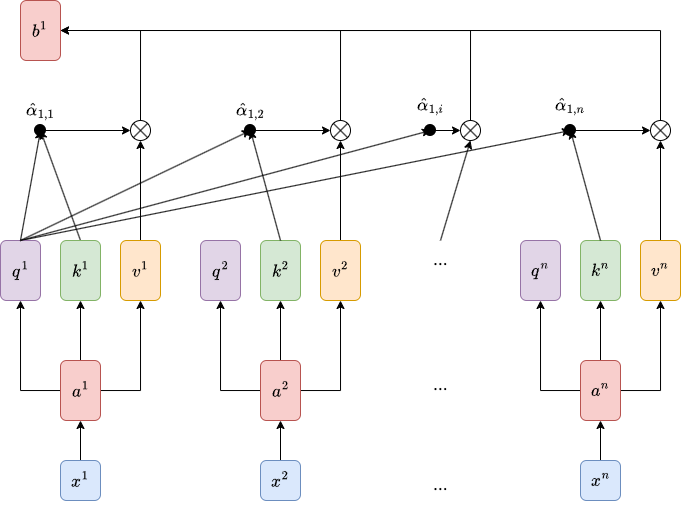
This is attention.png from Joieee030/draw-io-out, a draw.io export, as it was before one commit. Source tidied: cells renumbered, new cells last; positions are measured from the earlier drawing's top-left corner, leaving out a move shared by most shapes.
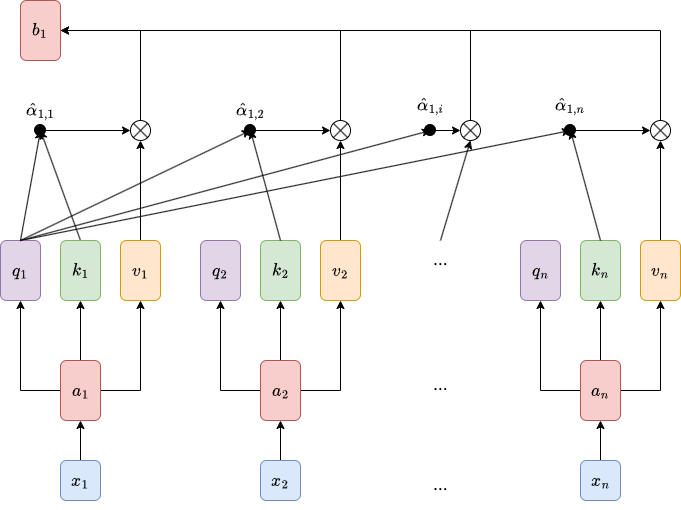
Above is the later version.

What changed in the source:
```diff
@@ -5,19 +5,19 @@
     <mxCell id="2" style="edgeStyle=orthogonalEdgeStyle;rounded=0;jettySize=auto;html=1;entryX=0.5;entryY=1;entryDx=0;entryDy=0;fontSize=15;" parent="1" edge="1" source="3" target="11">
       <mxGeometry relative="1" as="geometry" />
     </mxCell>
-    <mxCell id="3" value="&lt;font&gt;$$x^1$$&lt;/font&gt;" style="rounded=1;whiteSpace=wrap;html=1;fillColor=#dae8fc;strokeColor=#6c8ebf;fontSize=15;" parent="1" vertex="1">
+    <mxCell id="3" value="&lt;font&gt;$$x_1$$&lt;/font&gt;" style="rounded=1;whiteSpace=wrap;html=1;fillColor=#dae8fc;strokeColor=#6c8ebf;fontSize=15;" parent="1" vertex="1">
       <mxGeometry x="60" y="460" width="40" height="40" as="geometry" />
     </mxCell>
     <mxCell id="4" style="edgeStyle=orthogonalEdgeStyle;rounded=0;jettySize=auto;html=1;entryX=0.5;entryY=1;entryDx=0;entryDy=0;fontSize=15;" parent="1" edge="1" source="5" target="15">
       <mxGeometry relative="1" as="geometry" />
     </mxCell>
-    <mxCell id="5" value="$$x^2$$" style="rounded=1;whiteSpace=wrap;html=1;fillColor=#dae8fc;strokeColor=#6c8ebf;fontSize=15;" parent="1" vertex="1">
+    <mxCell id="5" value="$$x_2$$" style="rounded=1;whiteSpace=wrap;html=1;fillColor=#dae8fc;strokeColor=#6c8ebf;fontSize=15;" parent="1" vertex="1">
       <mxGeometry x="260" y="460" width="40" height="40" as="geometry" />
     </mxCell>
     <mxCell id="6" style="edgeStyle=orthogonalEdgeStyle;rounded=0;jettySize=auto;html=1;entryX=0.5;entryY=1;entryDx=0;entryDy=0;fontSize=15;" parent="1" edge="1" source="7" target="19">
       <mxGeometry relative="1" as="geometry" />
     </mxCell>
-    <mxCell id="7" value="$$x^n$$" style="rounded=1;whiteSpace=wrap;html=1;fillColor=#dae8fc;strokeColor=#6c8ebf;fontSize=15;" parent="1" vertex="1">
+    <mxCell id="7" value="$$x_n$$" style="rounded=1;whiteSpace=wrap;html=1;fillColor=#dae8fc;strokeColor=#6c8ebf;fontSize=15;" parent="1" vertex="1">
       <mxGeometry x="580" y="460" width="40" height="40" as="geometry" />
     </mxCell>
     <mxCell id="8" style="edgeStyle=orthogonalEdgeStyle;rounded=0;jettySize=auto;html=1;entryX=0.5;entryY=1;entryDx=0;entryDy=0;fontSize=15;" parent="1" edge="1" source="11" target="21">
@@ -29,7 +29,7 @@
     <mxCell id="10" style="edgeStyle=orthogonalEdgeStyle;rounded=0;jettySize=auto;html=1;entryX=0.5;entryY=1;entryDx=0;entryDy=0;fontSize=15;" parent="1" edge="1" source="11" target="23">
       <mxGeometry relative="1" as="geometry" />
     </mxCell>
-    <mxCell id="11" value="$$a^1$$" style="rounded=1;whiteSpace=wrap;html=1;fillColor=#f8cecc;strokeColor=#b85450;fontSize=15;" parent="1" vertex="1">
+    <mxCell id="11" value="$$a_1$$" style="rounded=1;whiteSpace=wrap;html=1;fillColor=#f8cecc;strokeColor=#b85450;fontSize=15;" parent="1" vertex="1">
       <mxGeometry x="60" y="360" width="40" height="60" as="geometry" />
     </mxCell>
     <mxCell id="12" style="edgeStyle=orthogonalEdgeStyle;rounded=0;jettySize=auto;html=1;entryX=0.5;entryY=1;entryDx=0;entryDy=0;fontSize=15;" parent="1" edge="1" source="15" target="26">
@@ -41,7 +41,7 @@
     <mxCell id="14" style="edgeStyle=orthogonalEdgeStyle;rounded=0;jettySize=auto;html=1;entryX=0.5;entryY=1;entryDx=0;entryDy=0;fontSize=15;" parent="1" edge="1" source="15" target="27">
       <mxGeometry relative="1" as="geometry" />
     </mxCell>
-    <mxCell id="15" value="$$a^2$$" style="rounded=1;whiteSpace=wrap;html=1;fillColor=#f8cecc;strokeColor=#b85450;fontSize=15;" parent="1" vertex="1">
+    <mxCell id="15" value="$$a_2$$" style="rounded=1;whiteSpace=wrap;html=1;fillColor=#f8cecc;strokeColor=#b85450;fontSize=15;" parent="1" vertex="1">
       <mxGeometry x="260" y="360" width="40" height="60" as="geometry" />
     </mxCell>
     <mxCell id="16" style="edgeStyle=orthogonalEdgeStyle;rounded=0;jettySize=auto;html=1;entryX=0.5;entryY=1;entryDx=0;entryDy=0;fontSize=15;" parent="1" edge="1" source="19" target="30">
@@ -53,49 +53,49 @@
     <mxCell id="18" style="edgeStyle=orthogonalEdgeStyle;rounded=0;jettySize=auto;html=1;entryX=0.5;entryY=1;entryDx=0;entryDy=0;fontSize=15;" parent="1" edge="1" source="19" target="33">
       <mxGeometry relative="1" as="geometry" />
     </mxCell>
-    <mxCell id="19" value="$$a^n$$" style="rounded=1;whiteSpace=wrap;html=1;fillColor=#f8cecc;strokeColor=#b85450;fontSize=15;" parent="1" vertex="1">
+    <mxCell id="19" value="$$a_n$$" style="rounded=1;whiteSpace=wrap;html=1;fillColor=#f8cecc;strokeColor=#b85450;fontSize=15;" parent="1" vertex="1">
       <mxGeometry x="580" y="360" width="40" height="60" as="geometry" />
     </mxCell>
     <mxCell id="20" style="rounded=0;jettySize=auto;html=1;exitX=0.5;exitY=0;exitDx=0;exitDy=0;fontSize=15;" parent="1" edge="1" source="21" target="43">
       <mxGeometry relative="1" as="geometry" />
     </mxCell>
-    <mxCell id="21" value="$$q^1$$" style="rounded=1;whiteSpace=wrap;html=1;fillColor=#e1d5e7;strokeColor=#9673a6;fontSize=15;" parent="1" vertex="1">
+    <mxCell id="21" value="$$q_1$$" style="rounded=1;whiteSpace=wrap;html=1;fillColor=#e1d5e7;strokeColor=#9673a6;fontSize=15;" parent="1" vertex="1">
       <mxGeometry y="240" width="40" height="60" as="geometry" />
     </mxCell>
     <mxCell id="22" style="rounded=0;jettySize=auto;html=1;exitX=0.5;exitY=0;exitDx=0;exitDy=0;entryX=0.721;entryY=0.329;entryDx=0;entryDy=0;entryPerimeter=0;fontSize=15;" parent="1" edge="1" source="23" target="36">
       <mxGeometry relative="1" as="geometry" />
     </mxCell>
-    <mxCell id="23" value="$$k^1$$" style="rounded=1;whiteSpace=wrap;html=1;fillColor=#d5e8d4;strokeColor=#82b366;fontSize=15;" parent="1" vertex="1">
+    <mxCell id="23" value="$$k_1$$" style="rounded=1;whiteSpace=wrap;html=1;fillColor=#d5e8d4;strokeColor=#82b366;fontSize=15;" parent="1" vertex="1">
       <mxGeometry x="60" y="240" width="40" height="60" as="geometry" />
     </mxCell>
     <mxCell id="24" style="edgeStyle=orthogonalEdgeStyle;rounded=0;jettySize=auto;html=1;entryX=0.5;entryY=1;entryDx=0;entryDy=0;fontSize=15;" parent="1" edge="1" source="25" target="48">
       <mxGeometry relative="1" as="geometry" />
     </mxCell>
-    <mxCell id="25" value="$$v^1$$" style="rounded=1;whiteSpace=wrap;html=1;fillColor=#ffe6cc;strokeColor=#d79b00;fontSize=15;" parent="1" vertex="1">
+    <mxCell id="25" value="$$v_1$$" style="rounded=1;whiteSpace=wrap;html=1;fillColor=#ffe6cc;strokeColor=#d79b00;fontSize=15;" parent="1" vertex="1">
       <mxGeometry x="120" y="240" width="40" height="60" as="geometry" />
     </mxCell>
-    <mxCell id="26" value="$$q^2$$" style="rounded=1;whiteSpace=wrap;html=1;fillColor=#e1d5e7;strokeColor=#9673a6;fontSize=15;" parent="1" vertex="1">
+    <mxCell id="26" value="$$q_2$$" style="rounded=1;whiteSpace=wrap;html=1;fillColor=#e1d5e7;strokeColor=#9673a6;fontSize=15;" parent="1" vertex="1">
       <mxGeometry x="200" y="240" width="40" height="60" as="geometry" />
     </mxCell>
-    <mxCell id="27" value="$$k^2$$" style="rounded=1;whiteSpace=wrap;html=1;fillColor=#d5e8d4;strokeColor=#82b366;fontSize=15;" parent="1" vertex="1">
+    <mxCell id="27" value="$$k_2$$" style="rounded=1;whiteSpace=wrap;html=1;fillColor=#d5e8d4;strokeColor=#82b366;fontSize=15;" parent="1" vertex="1">
       <mxGeometry x="260" y="240" width="40" height="60" as="geometry" />
     </mxCell>
     <mxCell id="28" style="edgeStyle=orthogonalEdgeStyle;rounded=0;jettySize=auto;html=1;entryX=0.5;entryY=1;entryDx=0;entryDy=0;fontSize=15;" parent="1" edge="1" source="29" target="50">
       <mxGeometry relative="1" as="geometry" />
     </mxCell>
-    <mxCell id="29" value="$$v^2$$" style="rounded=1;whiteSpace=wrap;html=1;fillColor=#ffe6cc;strokeColor=#d79b00;fontSize=15;" parent="1" vertex="1">
+    <mxCell id="29" value="$$v_2$$" style="rounded=1;whiteSpace=wrap;html=1;fillColor=#ffe6cc;strokeColor=#d79b00;fontSize=15;" parent="1" vertex="1">
       <mxGeometry x="320" y="240" width="40" height="60" as="geometry" />
     </mxCell>
-    <mxCell id="30" value="$$q^n$$" style="rounded=1;whiteSpace=wrap;html=1;fillColor=#e1d5e7;strokeColor=#9673a6;fontSize=15;" parent="1" vertex="1">
+    <mxCell id="30" value="$$q_n$$" style="rounded=1;whiteSpace=wrap;html=1;fillColor=#e1d5e7;strokeColor=#9673a6;fontSize=15;" parent="1" vertex="1">
       <mxGeometry x="520" y="240" width="40" height="60" as="geometry" />
     </mxCell>
-    <mxCell id="31" value="$$k^n$$" style="rounded=1;whiteSpace=wrap;html=1;fillColor=#d5e8d4;strokeColor=#82b366;fontSize=15;" parent="1" vertex="1">
+    <mxCell id="31" value="$$k_n$$" style="rounded=1;whiteSpace=wrap;html=1;fillColor=#d5e8d4;strokeColor=#82b366;fontSize=15;" parent="1" vertex="1">
       <mxGeometry x="580" y="240" width="40" height="60" as="geometry" />
     </mxCell>
     <mxCell id="32" style="edgeStyle=orthogonalEdgeStyle;rounded=0;jettySize=auto;html=1;entryX=0.5;entryY=1;entryDx=0;entryDy=0;fontSize=15;" parent="1" edge="1" source="33" target="54">
       <mxGeometry relative="1" as="geometry" />
     </mxCell>
-    <mxCell id="33" value="$$v^n$$" style="rounded=1;whiteSpace=wrap;html=1;fillColor=#ffe6cc;strokeColor=#d79b00;fontSize=15;" parent="1" vertex="1">
+    <mxCell id="33" value="$$v_n$$" style="rounded=1;whiteSpace=wrap;html=1;fillColor=#ffe6cc;strokeColor=#d79b00;fontSize=15;" parent="1" vertex="1">
       <mxGeometry x="640" y="240" width="40" height="60" as="geometry" />
     </mxCell>
     <mxCell id="34" value="$$...$$" style="text;html=1;whiteSpace=wrap;strokeColor=none;fillColor=none;align=center;verticalAlign=middle;rounded=0;fontSize=15;" parent="1" vertex="1">
@@ -192,7 +192,7 @@
     <mxCell id="58" style="rounded=0;jettySize=auto;html=1;entryX=0.652;entryY=1.047;entryDx=0;entryDy=0;entryPerimeter=0;exitX=0.5;exitY=0;exitDx=0;exitDy=0;fontSize=15;" parent="1" edge="1" source="31" target="43">
       <mxGeometry relative="1" as="geometry" />
     </mxCell>
-    <mxCell id="59" value="$$b^1$$" style="rounded=1;whiteSpace=wrap;html=1;fillColor=#f8cecc;strokeColor=#b85450;fontSize=15;" parent="1" vertex="1">
+    <mxCell id="59" value="$$b_1$$" style="rounded=1;whiteSpace=wrap;html=1;fillColor=#f8cecc;strokeColor=#b85450;fontSize=15;" parent="1" vertex="1">
       <mxGeometry x="20" width="40" height="60" as="geometry" />
     </mxCell>
     <mxCell id="60" value="$$...$$" style="text;html=1;whiteSpace=wrap;strokeColor=none;fillColor=none;align=center;verticalAlign=middle;rounded=0;fontSize=15;" parent="1" vertex="1">
```
